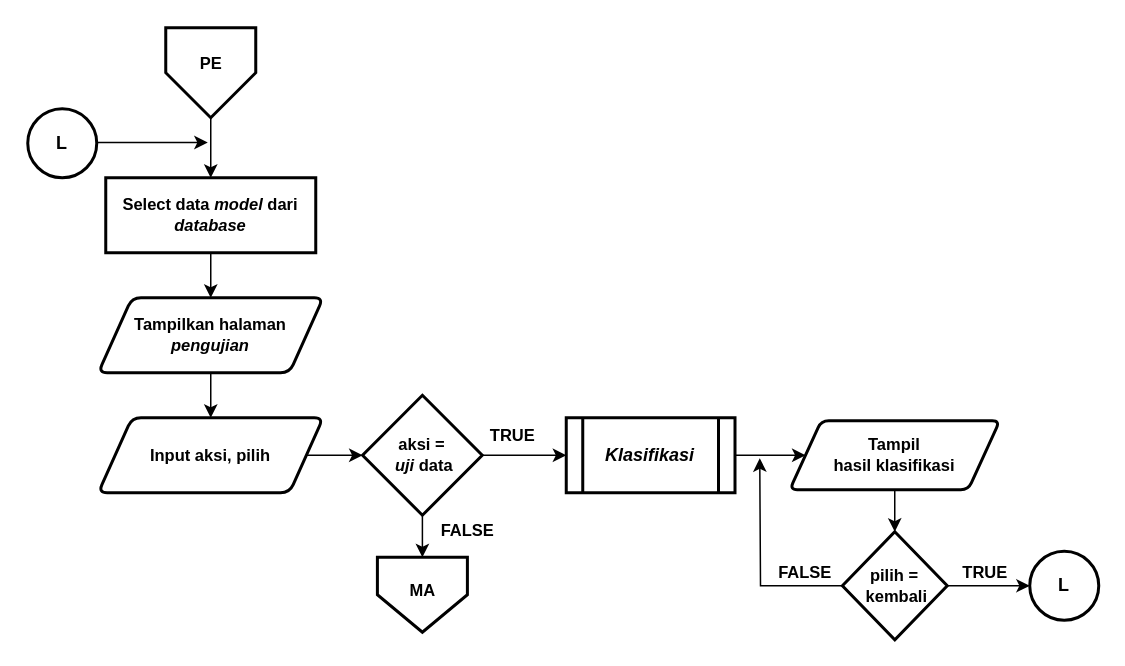
This is Dokumen TA/Paper/Flowchart/Flowchart menu pengujian.drawio from muspriandi/TextMining-SentimentAnalysis, a draw.io file, before an edit. Source tidied: cells renumbered, new cells numbered last; positions are measured from the earlier drawing's top-left corner, leaving out a move shared by most shapes. Both pictures are drawn from the tidied source at 150%, with x=0, y=0 at pixel (27, 27).
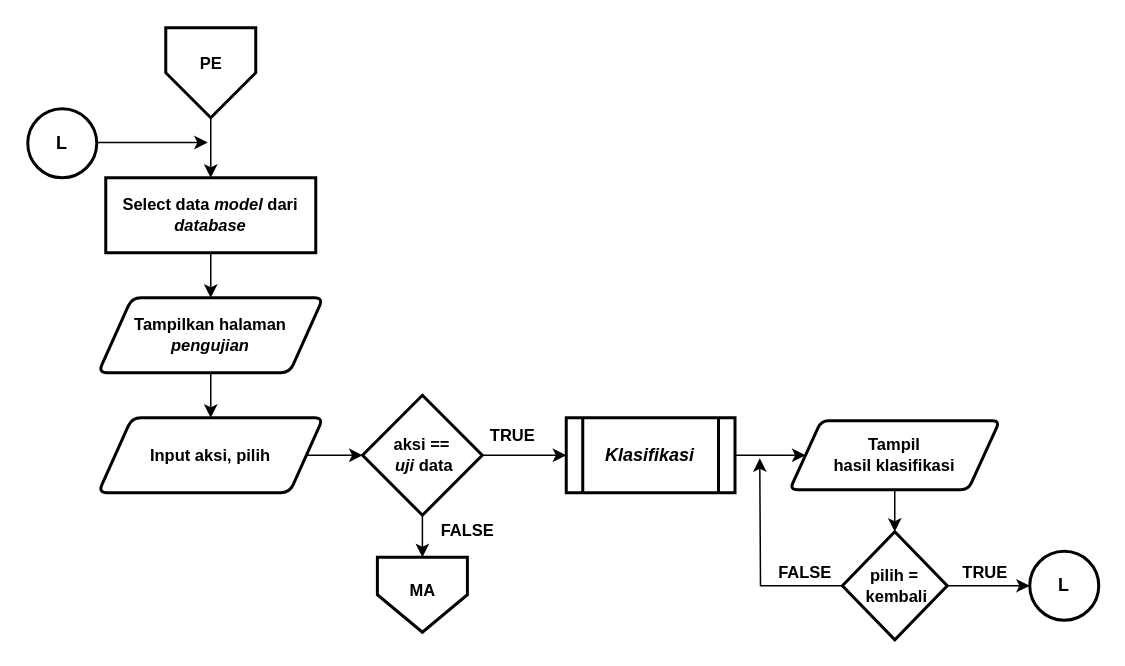
The same diagram, later.

The edit, as a diff of the source:
```diff
@@
-    <mxCell id="17" value="&lt;b style=&quot;font-size: 11px&quot;&gt;&lt;font style=&quot;font-size: 11px&quot;&gt;aksi =&lt;br&gt;&amp;nbsp;&lt;i&gt;uji&amp;nbsp;&lt;/i&gt;data&lt;/font&gt;&lt;/b&gt;" style="rhombus;whiteSpace=wrap;html=1;strokeWidth=2;fontSize=11;" parent="1" vertex="1">
+    <mxCell id="17" value="&lt;b style=&quot;font-size: 11px&quot;&gt;&lt;font style=&quot;font-size: 11px&quot;&gt;aksi ==&lt;br&gt;&amp;nbsp;&lt;i&gt;uji&amp;nbsp;&lt;/i&gt;data&lt;/font&gt;&lt;/b&gt;" style="rhombus;whiteSpace=wrap;html=1;strokeWidth=2;fontSize=11;" parent="1" vertex="1">
       <mxGeometry x="223.2" y="245" width="79.8" height="80" as="geometry" />
     </mxCell>
```
